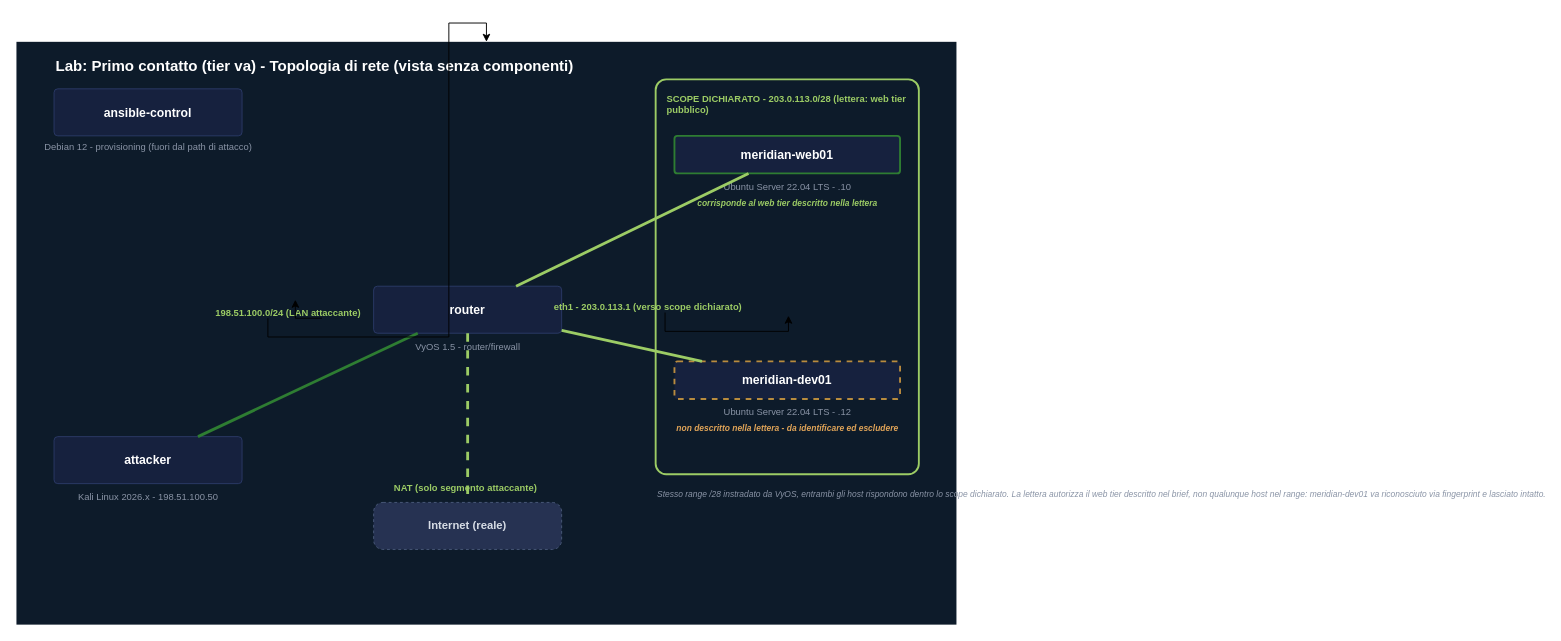
The draw.io diagram docs/labs/first-contact/first-contact-topology-network-only.drawio in leoleo1010/CPPT, before the edit. Source tidied: cells renumbered, new cells numbered last; positions are measured from the earlier drawing's top-left corner, leaving out a move shared by most shapes. Both pictures are drawn from the tidied source at 94%, with x=0, y=0 at pixel (16, 41).
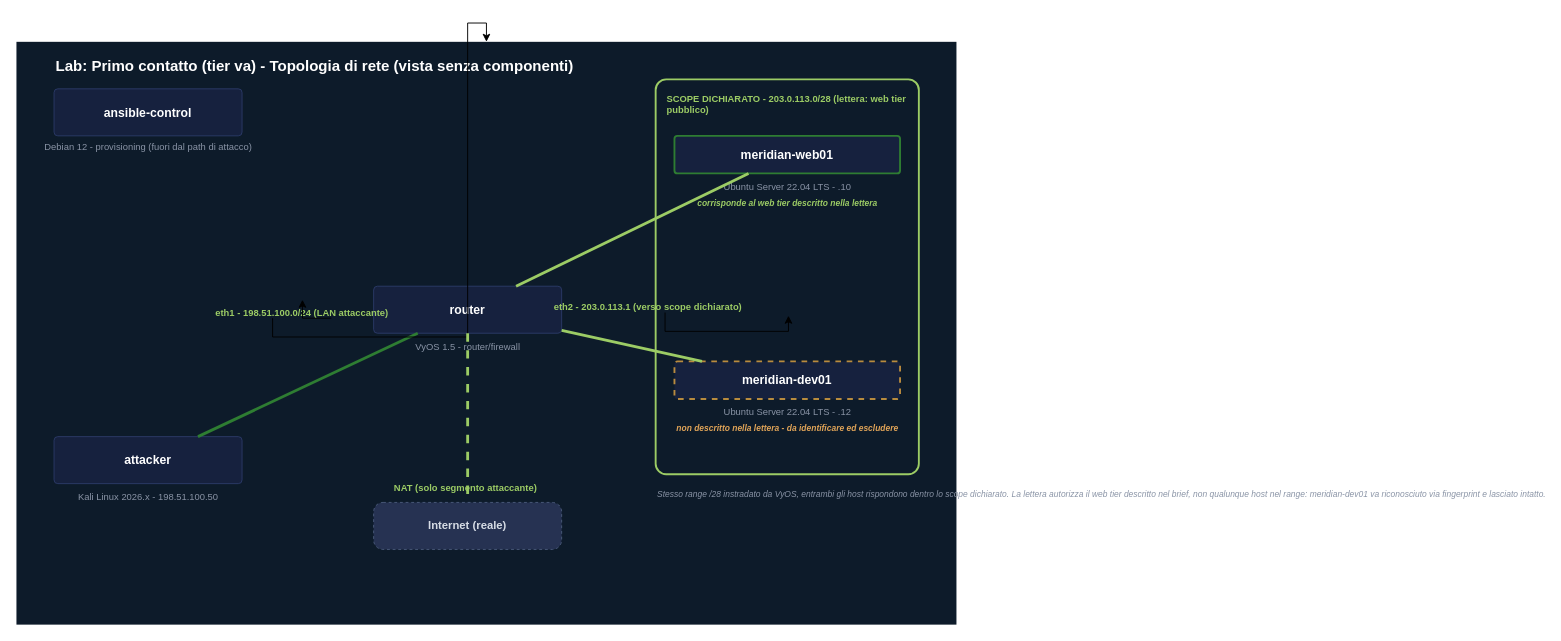
The same diagram, later.

Commit message (it also covers changes not shown here):
Fix risk-language lab: rename Ansible roles to catalog convention, correct MySQL 5.7.17 origin, fix network diagrams, expand searchsploit solution

What changed in the source:
```diff
@@
-    <mxCell id="20" value="198.51.100.0/24 (LAN attaccante)" style="text;html=1;fontSize=10;fontColor=#9CCC65;fontStyle=1;" parent="1" vertex="1">
-      <mxGeometry x="210" y="276" width="230" height="18" as="geometry" />
+    <mxCell id="20" value="eth1 - 198.51.100.0/24 (LAN attaccante)" style="text;html=1;fontSize=10;fontColor=#9CCC65;fontStyle=1;" parent="1" vertex="1">
+      <mxGeometry x="210" y="276" width="250" height="18" as="geometry" />
     </mxCell>
@@
-    <mxCell id="24" value="eth1 - 203.0.113.1 (verso scope dichiarato)" style="text;html=1;fontSize=10;fontColor=#9CCC65;fontStyle=1;" parent="1" vertex="1">
+    <mxCell id="24" value="eth2 - 203.0.113.1 (verso scope dichiarato)" style="text;html=1;fontSize=10;fontColor=#9CCC65;fontStyle=1;" parent="1" vertex="1">
       <mxGeometry x="570" y="270" width="240" height="18" as="geometry" />
     </mxCell>
```
